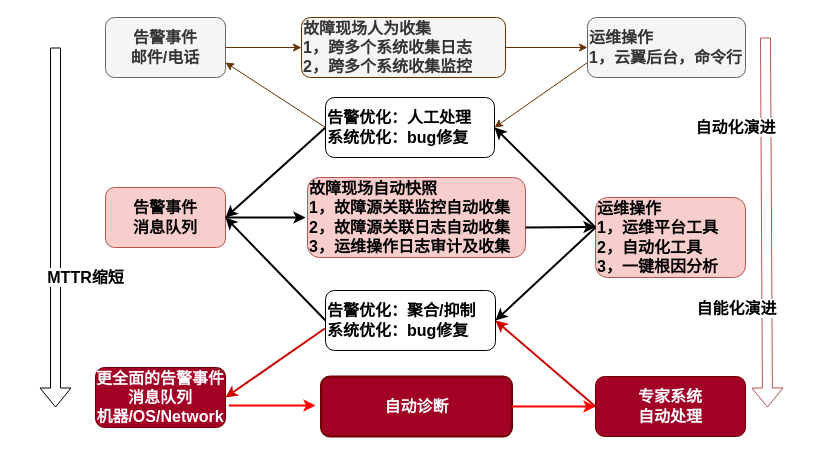
Before: page "第 1 页" (1 of 4) of 未命名绘图.drawio in zjtheone/read-the-fxxk-code, a draw.io diagram. Source tidied: cells renumbered, new cells numbered last; positions are measured from the earlier drawing's top-left corner, leaving out a move shared by most shapes. Both pictures are drawn from the tidied source at 100%, with x=0, y=0 at pixel (55, 17).
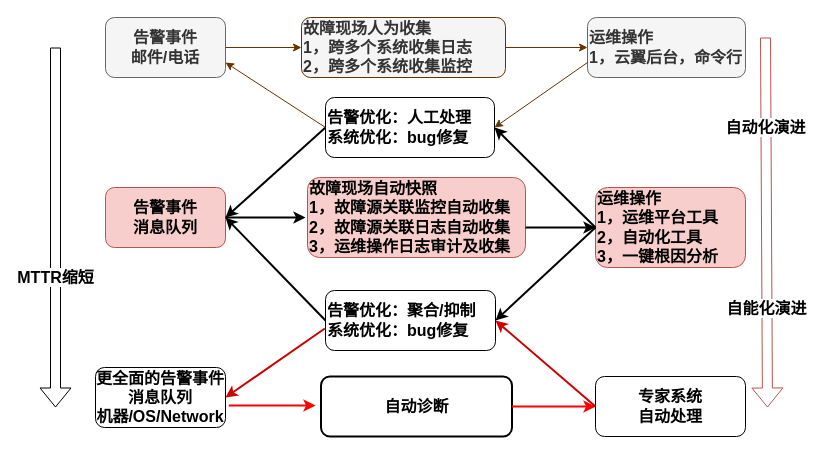
The same diagram, later.

Commit message:
更新未命名绘图.drawio

Unchanged cells that the change refers to:
```xml
<mxCell id="24" style="shape=flexArrow;endArrow=classic;html=1;rounded=0;strokeColor=#b85450;fillColor=none;fontSize=16;" parent="1" edge="1">
  <mxGeometry relative="1" as="geometry">
    <mxPoint x="710" y="20" as="sourcePoint" />
    <mxPoint x="712" y="390" as="targetPoint" />
  </mxGeometry>
</mxCell>
```

Change to the diagram source:
```diff
@@
     <mxCell id="5" value="运维操作&lt;br style=&quot;font-size: 16px;&quot;&gt;1，运维平台工具&lt;br style=&quot;font-size: 16px;&quot;&gt;2，自动化工具&lt;br style=&quot;font-size: 16px;&quot;&gt;3，一键根因分析" style="rounded=1;whiteSpace=wrap;html=1;align=left;fontStyle=1;fontSize=16;fillColor=#f8cecc;strokeColor=#b85450;" parent="1" vertex="1">
-      <mxGeometry x="540" y="180" width="150" height="80" as="geometry" />
+      <mxGeometry x="540" y="170" width="150" height="80" as="geometry" />
     </mxCell>
@@
-    <mxCell id="7" style="endArrow=classic;html=1;rounded=0;entryX=0;entryY=0.369;entryDx=0;entryDy=0;fontStyle=1;fontSize=16;strokeColor=#000000;strokeWidth=2;entryPerimeter=0;" parent="1" edge="1" target="5">
+    <mxCell id="7" style="endArrow=classic;html=1;rounded=0;entryX=0;entryY=0.5;entryDx=0;entryDy=0;fontStyle=1;fontSize=16;strokeColor=#000000;strokeWidth=2;" parent="1" edge="1" target="5">
       <mxGeometry relative="1" as="geometry">
         <mxPoint x="470" y="210" as="sourcePoint" />
       </mxGeometry>
     </mxCell>
@@
-    <mxCell id="17" value="自动诊断" style="rounded=1;whiteSpace=wrap;html=1;fontStyle=1;fontSize=16;fillColor=#a20025;strokeColor=#6F0000;fontColor=#ffffff;strokeWidth=2;" parent="1" vertex="1">
+    <mxCell id="17" value="自动诊断" style="rounded=1;whiteSpace=wrap;html=1;fontStyle=1;fontSize=16;strokeWidth=2;" parent="1" vertex="1">
       <mxGeometry x="265.5" y="359" width="191" height="60" as="geometry" />
     </mxCell>
-    <mxCell id="18" value="专家系统&lt;br style=&quot;font-size: 16px;&quot;&gt;自动处理" style="rounded=1;whiteSpace=wrap;html=1;fontStyle=1;fontSize=16;fillColor=#a20025;strokeColor=#6F0000;fontColor=#ffffff;" parent="1" vertex="1">
+    <mxCell id="18" value="专家系统&lt;br style=&quot;font-size: 16px;&quot;&gt;自动处理" style="rounded=1;whiteSpace=wrap;html=1;fontStyle=1;fontSize=16;" parent="1" vertex="1">
       <mxGeometry x="540" y="359" width="150" height="60" as="geometry" />
     </mxCell>
@@
     <mxCell id="25" value="&lt;font style=&quot;font-size: 16px;&quot;&gt;&lt;b style=&quot;font-size: 16px;&quot;&gt;自动化演进&lt;/b&gt;&lt;/font&gt;" style="edgeLabel;html=1;align=center;verticalAlign=middle;fontSize=16;" parent="24" vertex="1">
       <mxGeometry x="-0.28" y="-1" relative="1" as="geometry">
-        <mxPoint x="-30" y="-44" as="offset" />
+        <mxPoint y="-44" as="offset" />
       </mxGeometry>
     </mxCell>
-    <mxCell id="26" value="更全面的告警事件&lt;br style=&quot;font-size: 16px;&quot;&gt;消息队列&lt;br style=&quot;font-size: 16px;&quot;&gt;机器/OS/Network" style="rounded=1;whiteSpace=wrap;html=1;fontStyle=1;fontSize=16;fillColor=#a20025;strokeColor=#6F0000;fontColor=#ffffff;" parent="1" vertex="1">
+    <mxCell id="26" value="更全面的告警事件&lt;br style=&quot;font-size: 16px;&quot;&gt;消息队列&lt;br style=&quot;font-size: 16px;&quot;&gt;机器/OS/Network" style="rounded=1;whiteSpace=wrap;html=1;fontStyle=1;fontSize=16;" parent="1" vertex="1">
       <mxGeometry x="40" y="350" width="130" height="60" as="geometry" />
     </mxCell>
     <mxCell id="27" value="&lt;b style=&quot;font-size: 16px;&quot;&gt;&lt;font style=&quot;font-size: 16px;&quot;&gt;MTTR缩短&lt;/font&gt;&lt;/b&gt;" style="shape=flexArrow;endArrow=classic;html=1;rounded=0;fillColor=none;fontSize=16;" parent="1" edge="1">
-      <mxGeometry x="0.28" y="30" relative="1" as="geometry">
+      <mxGeometry x="0.28" relative="1" as="geometry">
         <mxPoint y="30" as="sourcePoint" />
         <mxPoint y="390" as="targetPoint" />
       </mxGeometry>
     </mxCell>
     <mxCell id="28" value="&lt;font style=&quot;font-size: 16px;&quot;&gt;&lt;b style=&quot;font-size: 16px;&quot;&gt;自能化演进&lt;/b&gt;&lt;/font&gt;" style="edgeLabel;html=1;align=center;verticalAlign=middle;fontSize=16;" parent="1" vertex="1">
-      <mxGeometry x="680" y="290" as="geometry" />
+      <mxGeometry x="710" y="290" as="geometry" />
     </mxCell>
```
